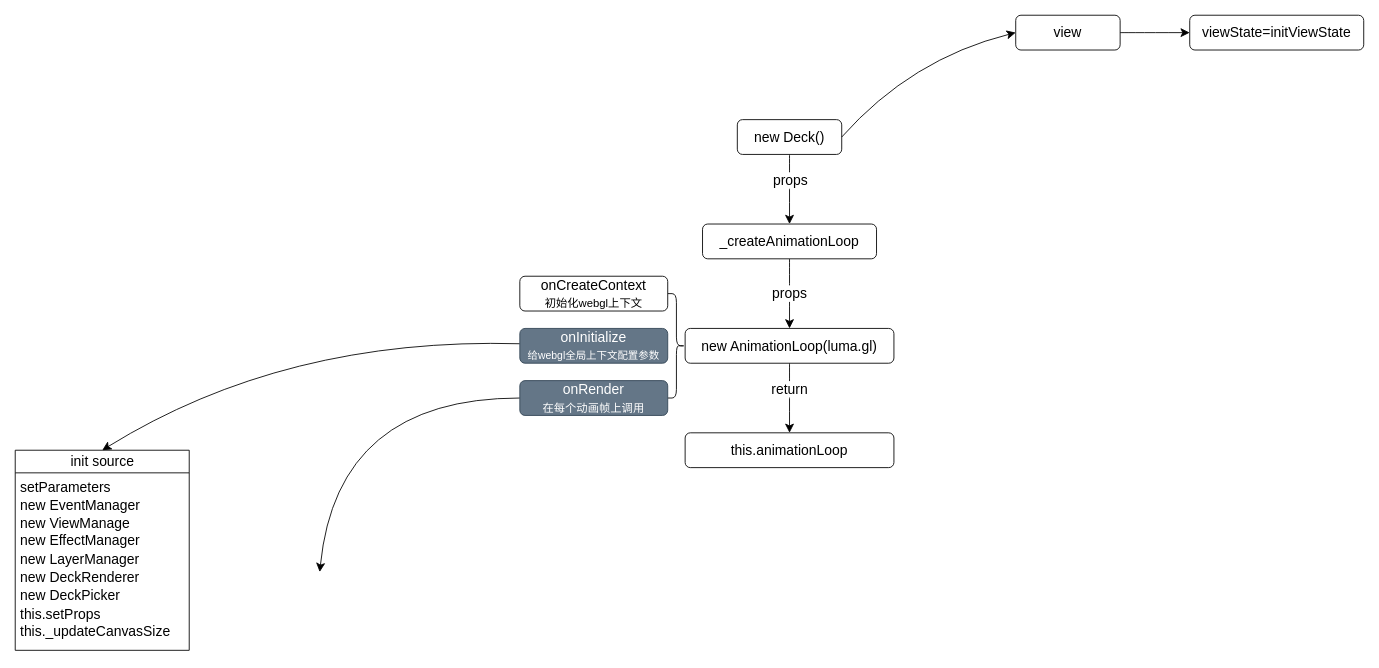
This is page "new Deck" (4 of 5) of DeckGL.drawio from bigbigbig2/mind-map, a draw.io file, before an edit. Source tidied: cells renumbered, new cells numbered last; positions are measured from the earlier drawing's top-left corner, leaving out a move shared by most shapes. Both pictures are drawn from the tidied source at 87%, with x=0, y=0 at pixel (15, 15).
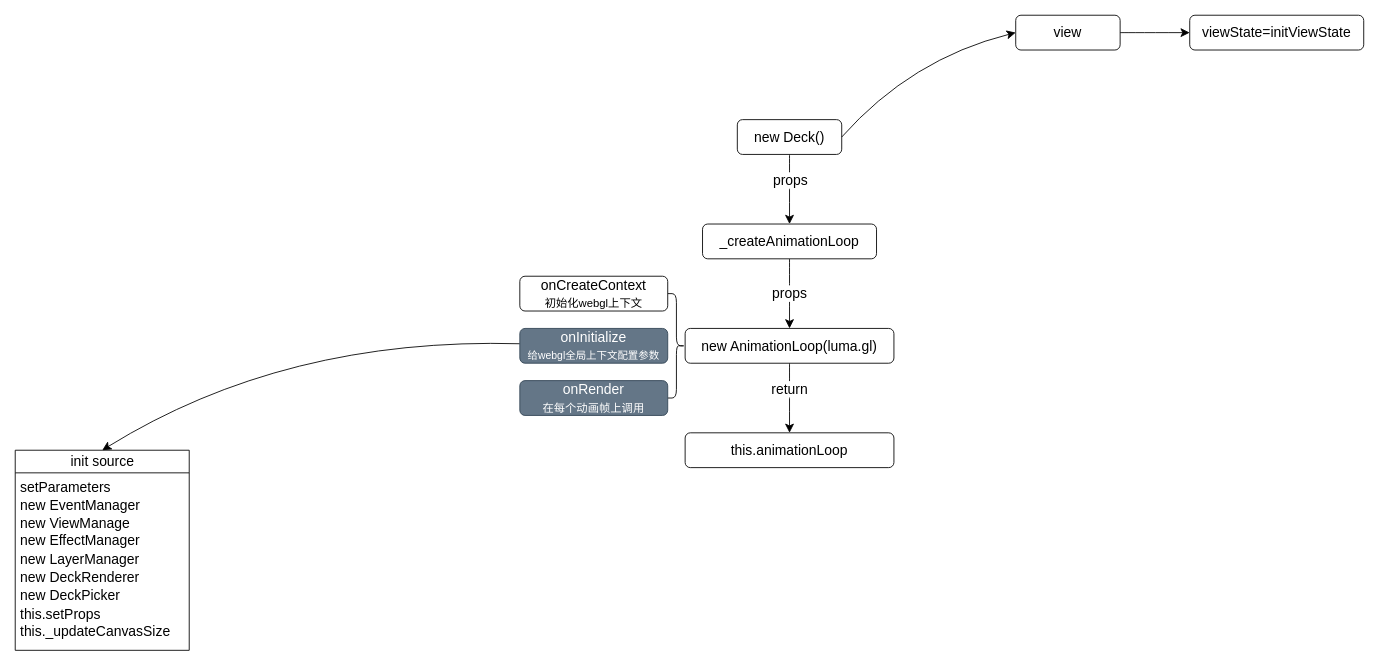
Above is the later version.

Unchanged cells that the change refers to:
```xml
<mxCell id="19" value="onRender&lt;br&gt;&lt;font style=&quot;font-size: 13px;&quot;&gt;在每个动画帧上调用&lt;/font&gt;" style="rounded=1;whiteSpace=wrap;html=1;fontSize=16;fillColor=#647687;fontColor=#ffffff;strokeColor=#314354;" parent="1" vertex="1">
  <mxGeometry x="580" y="420" width="170" height="40" as="geometry" />
</mxCell>
```

The edit, as a diff of the source:
```diff
@@
-    <mxCell id="18" style="edgeStyle=none;curved=1;rounded=0;jettySize=auto;html=1;fontSize=12;startSize=8;endSize=8;exitX=0;exitY=0.5;exitDx=0;exitDy=0;" parent="1" edge="1" source="19">
-      <mxGeometry relative="1" as="geometry">
-        <mxPoint x="350" y="640" as="targetPoint" />
-        <Array as="points">
-          <mxPoint x="370" y="440" />
-        </Array>
-      </mxGeometry>
-    </mxCell>
```
